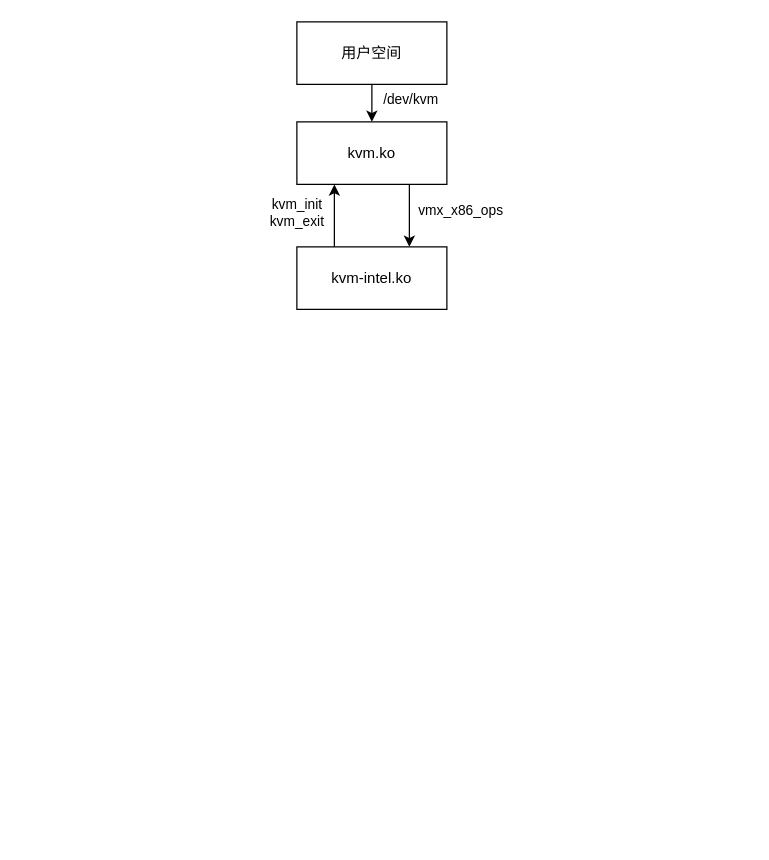
The draw.io diagram kvm模块.drawio in denglin12315/drawio_repo, before the edit. Source tidied: cells renumbered, new cells numbered last; positions are measured from the earlier drawing's top-left corner, leaving out a move shared by most shapes. Both pictures are drawn from the tidied source at 125%, with x=0, y=0 at pixel (296, 21).
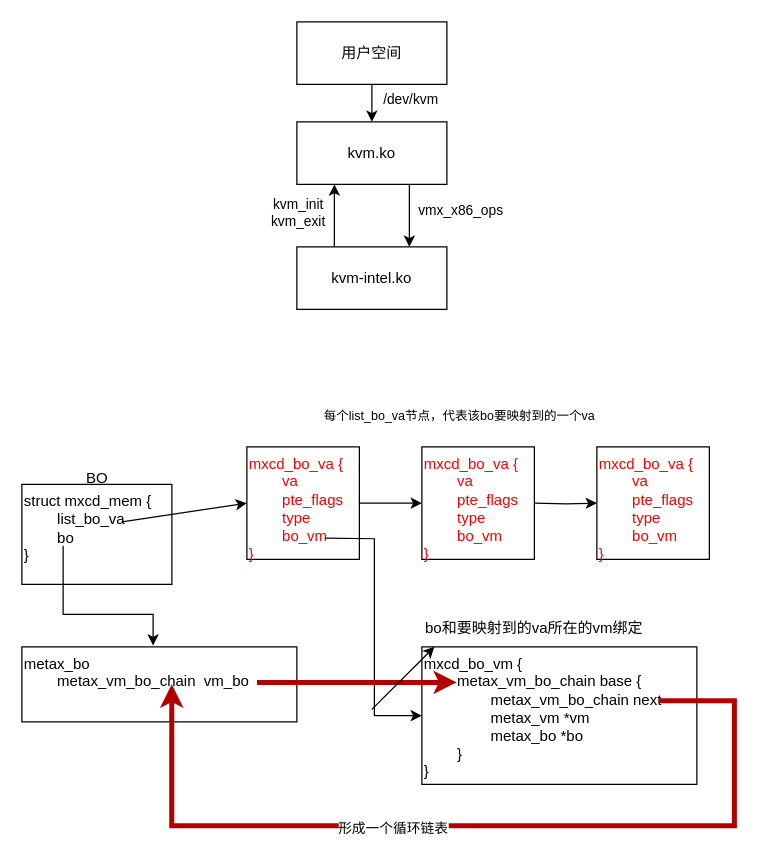
After the change.

Diff of the diagram source:
```diff
@@
+    <mxCell id="11" value="&lt;div&gt;struct mxcd_mem {&lt;/div&gt;&lt;div&gt;&lt;span style=&quot;white-space: pre;&quot;&gt;&#9;&lt;/span&gt;list_bo_va&lt;br&gt;&lt;/div&gt;&lt;div&gt;&lt;span style=&quot;white-space: pre;&quot;&gt;&#9;&lt;/span&gt;bo&lt;br&gt;&lt;/div&gt;&lt;div&gt;}&lt;/div&gt;" style="rounded=0;whiteSpace=wrap;html=1;align=left;verticalAlign=top;" parent="1" vertex="1">
+      <mxGeometry x="-220" y="370" width="120" height="80" as="geometry" />
+    </mxCell>
+    <mxCell id="12" value="BO" style="text;html=1;align=center;verticalAlign=middle;strokeColor=none;fillColor=none;" parent="1" vertex="1">
+      <mxGeometry x="-180" y="350" width="40" height="30" as="geometry" />
+    </mxCell>
+    <mxCell id="13" style="edgeStyle=orthogonalEdgeStyle;rounded=0;jettySize=auto;html=1;entryX=0;entryY=0.5;entryDx=0;entryDy=0;fontColor=#F20202;" parent="1" edge="1" source="14" target="15">
+      <mxGeometry relative="1" as="geometry" />
+    </mxCell>
+    <mxCell id="14" value="mxcd_bo_va {&lt;div&gt;&lt;span style=&quot;white-space: pre;&quot;&gt;&#9;&lt;/span&gt;va&lt;br&gt;&lt;/div&gt;&lt;div&gt;&lt;span style=&quot;white-space: pre;&quot;&gt;&#9;&lt;/span&gt;pte_flags&lt;/div&gt;&lt;div&gt;&lt;span style=&quot;white-space: pre;&quot;&gt;&#9;&lt;/span&gt;type&lt;/div&gt;&lt;div&gt;&lt;span style=&quot;white-space: pre;&quot;&gt;&#9;&lt;/span&gt;bo_vm&lt;br&gt;&lt;/div&gt;&lt;div&gt;}&lt;/div&gt;" style="rounded=0;whiteSpace=wrap;html=1;align=left;verticalAlign=top;fontColor=#F20202;" parent="1" vertex="1">
+      <mxGeometry x="-40" y="340" width="90" height="90" as="geometry" />
+    </mxCell>
+    <mxCell id="15" value="mxcd_bo_va {&lt;div&gt;&lt;span style=&quot;white-space: pre;&quot;&gt;&#9;&lt;/span&gt;va&lt;br&gt;&lt;/div&gt;&lt;div&gt;&lt;span style=&quot;white-space: pre;&quot;&gt;&#9;&lt;/span&gt;pte_flags&lt;/div&gt;&lt;div&gt;&lt;span style=&quot;white-space: pre;&quot;&gt;&#9;&lt;/span&gt;type&lt;br&gt;&lt;/div&gt;&lt;div&gt;&lt;span style=&quot;white-space: pre;&quot;&gt;&#9;&lt;/span&gt;bo_vm&lt;br&gt;&lt;/div&gt;&lt;div&gt;}&lt;/div&gt;" style="rounded=0;whiteSpace=wrap;html=1;align=left;verticalAlign=top;fontColor=#F20202;" parent="1" vertex="1">
+      <mxGeometry x="100" y="340" width="90" height="90" as="geometry" />
+    </mxCell>
+    <mxCell id="16" style="endArrow=classic;html=1;rounded=0;entryX=0;entryY=0.5;entryDx=0;entryDy=0;exitX=0.667;exitY=0.375;exitDx=0;exitDy=0;exitPerimeter=0;" parent="1" edge="1" source="11" target="14">
+      <mxGeometry relative="1" as="geometry" />
+    </mxCell>
+    <mxCell id="17" value="每个list_bo_va节点，代表该bo要映射到的一个va" style="text;html=1;align=left;verticalAlign=middle;whiteSpace=wrap;rounded=0;fontSize=10;" parent="1" vertex="1">
+      <mxGeometry x="20" y="300" width="220" height="30" as="geometry" />
+    </mxCell>
+    <mxCell id="18" value="mxcd_bo_vm {&lt;div&gt;&lt;span style=&quot;background-color: transparent; color: light-dark(rgb(0, 0, 0), rgb(255, 255, 255));&quot;&gt;&lt;span style=&quot;white-space: pre;&quot;&gt;&#9;&lt;/span&gt;metax_vm_bo_chain base {&lt;/span&gt;&lt;/div&gt;&lt;div&gt;&lt;span style=&quot;background-color: transparent; color: light-dark(rgb(0, 0, 0), rgb(255, 255, 255));&quot;&gt;&lt;span style=&quot;white-space: pre;&quot;&gt;&#9;&lt;/span&gt;&lt;span style=&quot;white-space: pre;&quot;&gt;&#9;&lt;/span&gt;metax_vm_bo_chain next&lt;/span&gt;&lt;/div&gt;&lt;div&gt;&lt;span style=&quot;background-color: transparent; color: light-dark(rgb(0, 0, 0), rgb(255, 255, 255));&quot;&gt;&lt;span style=&quot;white-space: pre;&quot;&gt;&#9;&lt;/span&gt;&lt;span style=&quot;white-space: pre;&quot;&gt;&#9;&lt;/span&gt;metax_vm *vm&lt;br&gt;&lt;/span&gt;&lt;/div&gt;&lt;div&gt;&lt;span style=&quot;background-color: transparent; color: light-dark(rgb(0, 0, 0), rgb(255, 255, 255));&quot;&gt;&lt;span style=&quot;white-space: pre;&quot;&gt;&#9;&lt;/span&gt;&lt;span style=&quot;white-space: pre;&quot;&gt;&#9;&lt;/span&gt;metax_bo *bo&lt;br&gt;&lt;/span&gt;&lt;/div&gt;&lt;div&gt;&lt;span style=&quot;background-color: transparent; color: light-dark(rgb(0, 0, 0), rgb(255, 255, 255));&quot;&gt;&lt;span style=&quot;white-space: pre;&quot;&gt;&#9;&lt;/span&gt;}&lt;br&gt;&lt;/span&gt;&lt;/div&gt;&lt;div&gt;&lt;span style=&quot;background-color: transparent; color: light-dark(rgb(0, 0, 0), rgb(255, 255, 255));&quot;&gt;}&lt;/span&gt;&lt;/div&gt;" style="rounded=0;whiteSpace=wrap;html=1;align=left;verticalAlign=top;" parent="1" vertex="1">
+      <mxGeometry x="100" y="500" width="220" height="110" as="geometry" />
+    </mxCell>
+    <mxCell id="19" style="edgeStyle=orthogonalEdgeStyle;rounded=0;jettySize=auto;html=1;exitX=0.667;exitY=0.778;exitDx=0;exitDy=0;entryX=0;entryY=0.5;entryDx=0;entryDy=0;exitPerimeter=0;" parent="1" edge="1" target="18">
+      <mxGeometry relative="1" as="geometry">
+        <mxPoint x="23" y="413" as="sourcePoint" />
+      </mxGeometry>
+    </mxCell>
+    <mxCell id="20" value="bo和要映射到的va所在的vm绑定" style="text;html=1;align=center;verticalAlign=middle;whiteSpace=wrap;rounded=0;" parent="1" vertex="1">
+      <mxGeometry x="100" y="470" width="180" height="30" as="geometry" />
+    </mxCell>
+    <mxCell id="21" style="edgeStyle=orthogonalEdgeStyle;rounded=0;jettySize=auto;html=1;entryX=0;entryY=0.5;entryDx=0;entryDy=0;fontColor=#F20202;" parent="1" edge="1" target="22">
+      <mxGeometry relative="1" as="geometry">
+        <mxPoint x="190" y="385" as="sourcePoint" />
+      </mxGeometry>
+    </mxCell>
+    <mxCell id="22" value="mxcd_bo_va {&lt;div&gt;&lt;span style=&quot;white-space: pre;&quot;&gt;&#9;&lt;/span&gt;va&lt;br&gt;&lt;/div&gt;&lt;div&gt;&lt;span style=&quot;white-space: pre;&quot;&gt;&#9;&lt;/span&gt;pte_flags&lt;/div&gt;&lt;div&gt;&lt;span style=&quot;white-space: pre;&quot;&gt;&#9;&lt;/span&gt;type&lt;br&gt;&lt;/div&gt;&lt;div&gt;&lt;span style=&quot;white-space: pre;&quot;&gt;&#9;&lt;/span&gt;bo_vm&lt;br&gt;&lt;/div&gt;&lt;div&gt;}&lt;/div&gt;" style="rounded=0;whiteSpace=wrap;html=1;align=left;verticalAlign=top;fontColor=#F20202;" parent="1" vertex="1">
+      <mxGeometry x="240" y="340" width="90" height="90" as="geometry" />
+    </mxCell>
+    <mxCell id="23" value="metax_bo&lt;div&gt;&lt;span style=&quot;background-color: transparent; color: light-dark(rgb(0, 0, 0), rgb(255, 255, 255));&quot;&gt;&lt;span style=&quot;white-space: pre;&quot;&gt;&#9;&lt;/span&gt;metax_vm_bo_chain&amp;nbsp; vm_bo&lt;/span&gt;&lt;/div&gt;" style="rounded=0;whiteSpace=wrap;html=1;align=left;verticalAlign=top;" parent="1" vertex="1">
+      <mxGeometry x="-220" y="500" width="220" height="60" as="geometry" />
+    </mxCell>
+    <mxCell id="24" style="edgeStyle=orthogonalEdgeStyle;rounded=0;orthogonalLoop=1;jettySize=auto;html=1;exitX=0.864;exitY=0.506;exitDx=0;exitDy=0;entryX=0.136;entryY=0.276;entryDx=0;entryDy=0;entryPerimeter=0;exitPerimeter=0;fillColor=#e51400;strokeColor=#B20000;strokeWidth=4;" parent="1" edge="1">
+      <mxGeometry relative="1" as="geometry">
+        <mxPoint x="-31.9" y="528.4" as="sourcePoint" />
+        <mxPoint x="127.9" y="528.4" as="targetPoint" />
+      </mxGeometry>
+    </mxCell>
+    <mxCell id="25" style="edgeStyle=orthogonalEdgeStyle;rounded=0;jettySize=auto;html=1;entryX=0.545;entryY=0.5;entryDx=0;entryDy=0;entryPerimeter=0;fillColor=#e51400;strokeColor=#B20000;strokeWidth=4;" parent="1" edge="1" target="23">
+      <mxGeometry relative="1" as="geometry">
+        <mxPoint x="290" y="543" as="sourcePoint" />
+        <Array as="points">
+          <mxPoint x="350" y="543" />
+          <mxPoint x="350" y="643" />
+          <mxPoint x="-100" y="643" />
+        </Array>
+      </mxGeometry>
+    </mxCell>
+    <mxCell id="26" value="形成一个循环链表" style="edgeLabel;html=1;align=center;verticalAlign=middle;" parent="25" vertex="1">
+      <mxGeometry x="0.2" y="1" relative="1" as="geometry" />
+    </mxCell>
+    <mxCell id="27" style="endArrow=classic;html=1;rounded=0;" parent="1" edge="1">
+      <mxGeometry relative="1" as="geometry">
+        <mxPoint x="60" y="550" as="sourcePoint" />
+        <mxPoint x="110" y="500" as="targetPoint" />
+      </mxGeometry>
+    </mxCell>
+    <mxCell id="28" style="edgeStyle=orthogonalEdgeStyle;rounded=0;orthogonalLoop=1;jettySize=auto;html=1;exitX=0.25;exitY=0.625;exitDx=0;exitDy=0;entryX=0.5;entryY=0;entryDx=0;entryDy=0;exitPerimeter=0;" parent="1" edge="1">
+      <mxGeometry relative="1" as="geometry">
+        <mxPoint x="-187" y="419" as="sourcePoint" />
+        <mxPoint x="-115" y="499" as="targetPoint" />
+        <Array as="points">
+          <mxPoint x="-187" y="474" />
+          <mxPoint x="-115" y="474" />
+        </Array>
+      </mxGeometry>
+    </mxCell>
```
